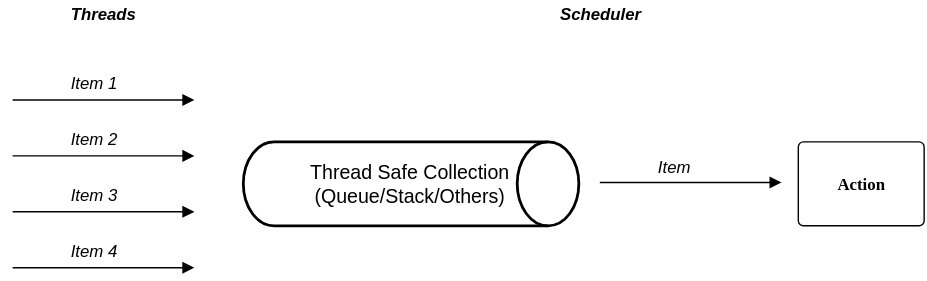
The draw.io diagram doc/images/scheduler-overview.svg in rvhuang/Scheduler, before a commit. Source tidied: cells renumbered, new cells last; positions are measured from the earlier drawing's top-left corner, leaving out a move shared by most shapes.
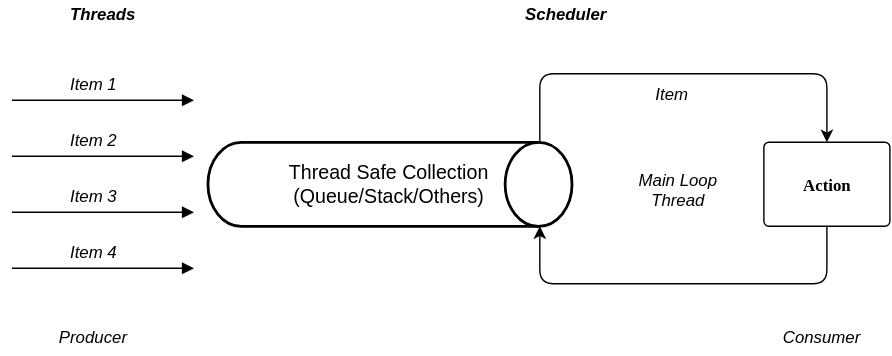
After the commit.

The edit, as a diff of the source:
```diff
@@ -1,31 +1,31 @@
 <mxGraphModel>
   <root>
-    <mxCell id="0" />
+    <mxCell id="0" style="html=1;" />
-    <mxCell id="1" parent="0" />
+    <mxCell id="1" style="html=1;" parent="0" />
-    <mxCell id="2" style="endArrow=block;strokeColor=#000000;strokeWidth=1;html=1;labelBackgroundColor=none;fontColor=#000000;" parent="1" edge="1">
-      <mxGeometry x="-82" y="-541" as="geometry">
-        <mxPoint y="110" as="sourcePoint" />
-        <mxPoint x="130" y="110" as="targetPoint" />
-      </mxGeometry>
-    </mxCell>
-    <mxCell id="3" style="endArrow=block;strokeColor=#000000;strokeWidth=1;html=1;labelBackgroundColor=none;fontColor=#000000;" parent="1" edge="1">
-      <mxGeometry x="-82" y="-501" as="geometry">
-        <mxPoint y="150" as="sourcePoint" />
-        <mxPoint x="130" y="150" as="targetPoint" />
-      </mxGeometry>
-    </mxCell>
-    <mxCell id="4" style="endArrow=block;strokeColor=#000000;strokeWidth=1;html=1;labelBackgroundColor=none;fontColor=#000000;" parent="1" edge="1">
-      <mxGeometry x="-82" y="-581" as="geometry">
-        <mxPoint y="70" as="sourcePoint" />
-        <mxPoint x="130" y="70" as="targetPoint" />
-      </mxGeometry>
-    </mxCell>
-    <mxCell id="5" style="endArrow=block;strokeColor=#000000;strokeWidth=1;html=1;labelBackgroundColor=none;fontColor=#000000;" parent="1" edge="1">
-      <mxGeometry x="-82" y="-461" as="geometry">
-        <mxPoint y="190" as="sourcePoint" />
-        <mxPoint x="130" y="190" as="targetPoint" />
-      </mxGeometry>
-    </mxCell>
+    <mxCell id="16" style="endArrow=block;strokeColor=#000000;strokeWidth=1;html=1;labelBackgroundColor=none;fontColor=#000000;" parent="1" edge="1">
+      <mxGeometry x="120" y="-541" as="geometry">
+        <mxPoint y="110" as="sourcePoint" />
+        <mxPoint x="130" y="110" as="targetPoint" />
+      </mxGeometry>
+    </mxCell>
+    <mxCell id="17" style="endArrow=block;strokeColor=#000000;strokeWidth=1;html=1;labelBackgroundColor=none;fontColor=#000000;" parent="1" edge="1">
+      <mxGeometry x="120" y="-501" as="geometry">
+        <mxPoint y="150" as="sourcePoint" />
+        <mxPoint x="130" y="150" as="targetPoint" />
+      </mxGeometry>
+    </mxCell>
+    <mxCell id="18" style="endArrow=block;strokeColor=#000000;strokeWidth=1;html=1;labelBackgroundColor=none;fontColor=#000000;" parent="1" edge="1">
+      <mxGeometry x="120" y="-581" as="geometry">
+        <mxPoint y="70" as="sourcePoint" />
+        <mxPoint x="130" y="70" as="targetPoint" />
+      </mxGeometry>
+    </mxCell>
+    <mxCell id="19" style="endArrow=block;strokeColor=#000000;strokeWidth=1;html=1;labelBackgroundColor=none;fontColor=#000000;" parent="1" edge="1">
+      <mxGeometry x="120" y="-461" as="geometry">
+        <mxPoint y="190" as="sourcePoint" />
+        <mxPoint x="130" y="190" as="targetPoint" />
+      </mxGeometry>
+    </mxCell>
     <mxCell id="6" value="Threads" style="text;spacingTop=-5;fontColor=#000000;fontStyle=3;html=1;gradientColor=none;fillColor=none;strokeColor=none;strokeWidth=1;" parent="1" vertex="1">
       <mxGeometry x="40" width="50" height="20" as="geometry" />
     </mxCell>
@@ -42,22 +42,40 @@
       <mxGeometry x="40" y="170" width="50" height="20" as="geometry" />
     </mxCell>
     <mxCell id="11" value="Scheduler" style="text;spacingTop=-5;fontColor=#000000;fontStyle=3;html=1;gradientColor=none;fillColor=none;strokeColor=none;strokeWidth=1;" parent="1" vertex="1">
-      <mxGeometry x="390" width="67" height="20" as="geometry" />
+      <mxGeometry x="365" width="67" height="20" as="geometry" />
     </mxCell>
     <mxCell id="12" value="&lt;div&gt;Thread Safe Collection&lt;/div&gt;(Queue/&lt;span&gt;Stack/Others)&lt;/span&gt;" style="strokeWidth=2;html=1;shape=mxgraph.flowchart.direct_data;whiteSpace=wrap;shadow=0;fillColor=#FFFFFF;fontSize=14;align=center;" parent="1" vertex="1">
-      <mxGeometry x="165" y="100" width="240" height="60" as="geometry" />
+      <mxGeometry x="140" y="100" width="260" height="60" as="geometry" />
     </mxCell>
-    <mxCell id="13" style="endArrow=block;strokeColor=#000000;strokeWidth=1;html=1;labelBackgroundColor=none;fontColor=#000000;" parent="1" edge="1">
-      <mxGeometry x="338" y="-522" as="geometry">
-        <mxPoint x="420" y="129" as="sourcePoint" />
-        <mxPoint x="550" y="129" as="targetPoint" />
-      </mxGeometry>
-    </mxCell>
+    <mxCell id="20" value="Main Loop&lt;div&gt;Thread&lt;/div&gt;" style="text;spacingTop=-5;fontColor=#000000;fontStyle=2;html=1;gradientColor=none;fillColor=none;strokeColor=none;strokeWidth=1;align=center;" parent="1" vertex="1">
+      <mxGeometry x="436" y="119" width="79" height="32" as="geometry" />
+    </mxCell>
+    <mxCell id="15" value="Action" style="shape=mxgraph.flowchart.process;fillColor=#FFFFFF;strokeColor=#000000;strokeWidth=1;whiteSpace=wrap;gradientColor=none;gradientDirection=north;fontColor=#000000;fontStyle=1;fontFamily=Tahoma;html=1;" parent="1" vertex="1">
+      <mxGeometry x="537" y="100" width="90" height="60" as="geometry" />
+    </mxCell>
+    <mxCell id="21" value="Producer" style="text;spacingTop=-5;fontColor=#000000;fontStyle=2;html=1;gradientColor=none;fillColor=none;strokeColor=none;strokeWidth=1;" parent="1" vertex="1">
+      <mxGeometry x="32" y="231" width="67" height="20" as="geometry" />
+    </mxCell>
+    <mxCell id="22" value="Consumer" style="text;spacingTop=-5;fontColor=#000000;fontStyle=2;html=1;gradientColor=none;fillColor=none;strokeColor=none;strokeWidth=1;" parent="1" vertex="1">
+      <mxGeometry x="549" y="231" width="67" height="20" as="geometry" />
+    </mxCell>
+    <mxCell id="23" style="edgeStyle=elbowEdgeStyle;elbow=vertical;endArrow=classic;html=1;exitX=0.91;exitY=0;exitPerimeter=0;entryX=0.5;entryY=0;entryPerimeter=0;" parent="1" edge="1" source="12" target="15">
+      <mxGeometry relative="1" as="geometry">
+        <Array as="points">
+          <mxPoint x="465" y="51" />
+        </Array>
+      </mxGeometry>
+    </mxCell>
     <mxCell id="14" value="Item" style="text;spacingTop=-5;fontColor=#000000;fontStyle=2;html=1;gradientColor=none;fillColor=none;strokeColor=none;strokeWidth=1;" parent="1" vertex="1">
-      <mxGeometry x="460" y="110" width="36" height="20" as="geometry" />
+      <mxGeometry x="458" y="57" width="36" height="20" as="geometry" />
     </mxCell>
-    <mxCell id="15" value="Action" style="shape=mxgraph.flowchart.process;fillColor=#FFFFFF;strokeColor=#000000;strokeWidth=1;whiteSpace=wrap;gradientColor=none;gradientDirection=north;fontColor=#000000;fontStyle=1;fontFamily=Tahoma;html=1;" parent="1" vertex="1">
-      <mxGeometry x="562" y="100" width="90" height="60" as="geometry" />
-    </mxCell>
+    <mxCell id="24" style="edgeStyle=segmentEdgeStyle;endArrow=classic;html=1;entryX=0.91;entryY=1;entryPerimeter=0;exitX=0.5;exitY=1;exitPerimeter=0;" parent="1" edge="1" source="15" target="12">
+      <mxGeometry relative="1" as="geometry">
+        <Array as="points">
+          <mxPoint x="582" y="201" />
+          <mxPoint x="377" y="201" />
+        </Array>
+      </mxGeometry>
+    </mxCell>
   </root>
 </mxGraphModel>
```
